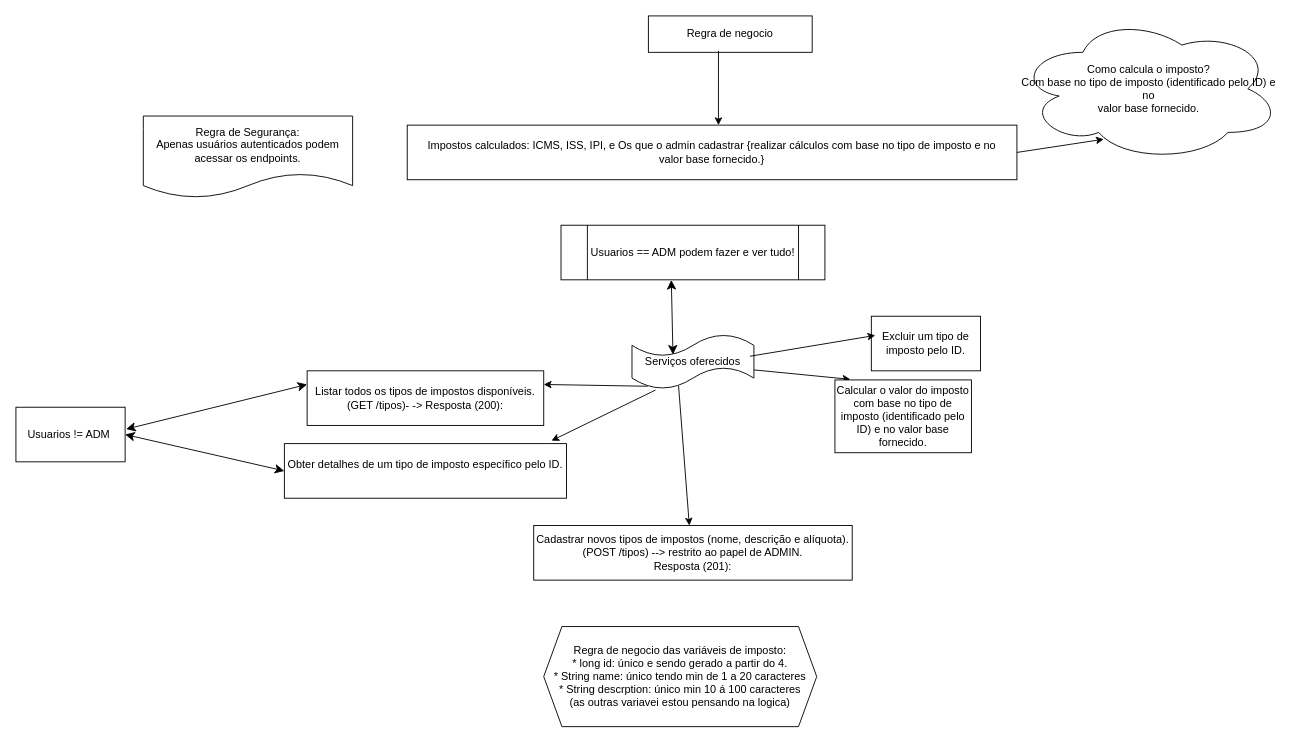
The draw.io diagram page "Regra de negocio de impostos" (1 of 3) of Diagrama sem nome.drawio in FabricioJS-ZUP/CalculoadoraDeImposto-Desafio-3, before the edit. Source tidied: cells renumbered, new cells numbered last; positions are measured from the earlier drawing's top-left corner, leaving out a move shared by most shapes. Both pictures are drawn from the tidied source at 91%, with x=0, y=0 at pixel (15, 15).
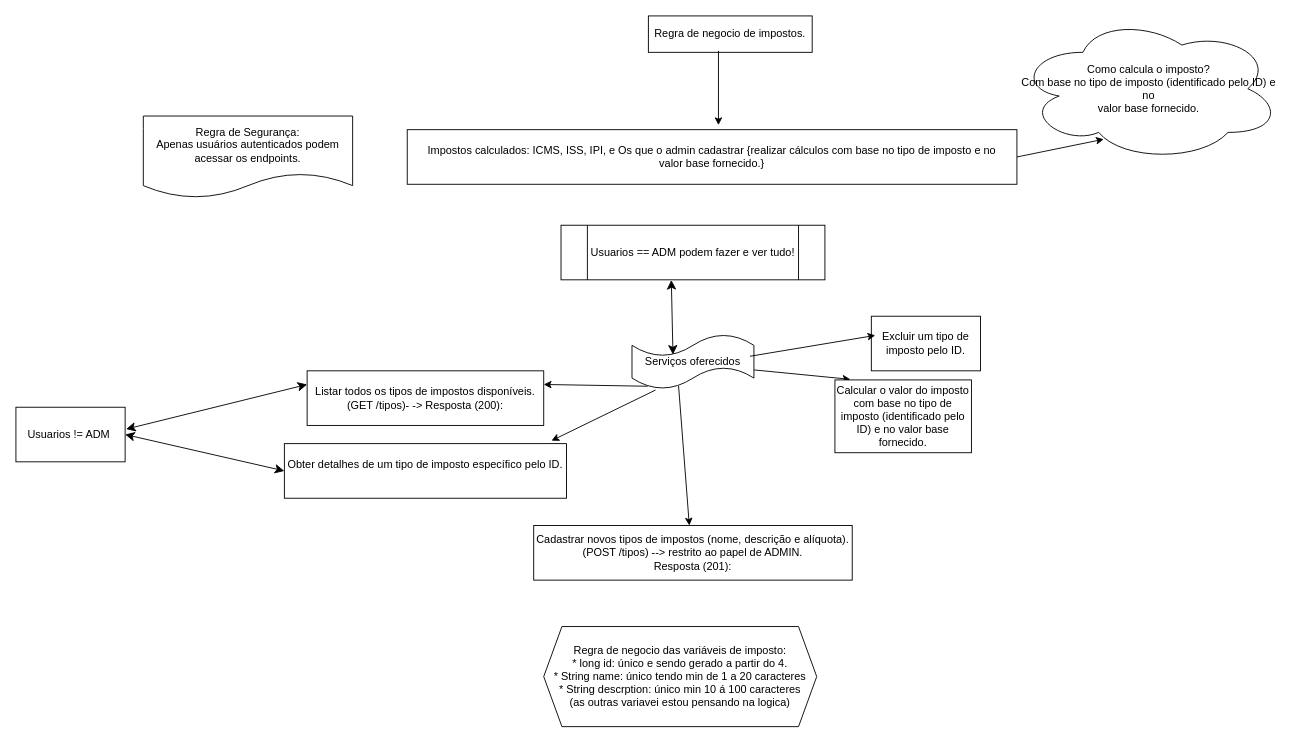
The same diagram, later.

Change to the diagram source:
```diff
@@
-    <mxCell id="2" value="Regra de negocio" style="whiteSpace=wrap;html=1;" parent="1" vertex="1">
+    <mxCell id="2" value="Regra de negocio de impostos." style="whiteSpace=wrap;html=1;" parent="1" vertex="1">
       <mxGeometry x="695" width="180" height="40" as="geometry" />
     </mxCell>
     <mxCell id="3" value="Impostos calculados:&amp;nbsp;ICMS, ISS, IPI, e Os que o admin cadastrar {&lt;span style=&quot;background-color: transparent;&quot;&gt;realizar cálculos com base no tipo de imposto e no&lt;/span&gt;&lt;div&gt;valor base fornecido.}&lt;/div&gt;" style="whiteSpace=wrap;html=1;" parent="1" vertex="1">
-      <mxGeometry x="430" y="120" width="670" height="60" as="geometry" />
+      <mxGeometry x="430" y="125" width="670" height="60" as="geometry" />
     </mxCell>
```
